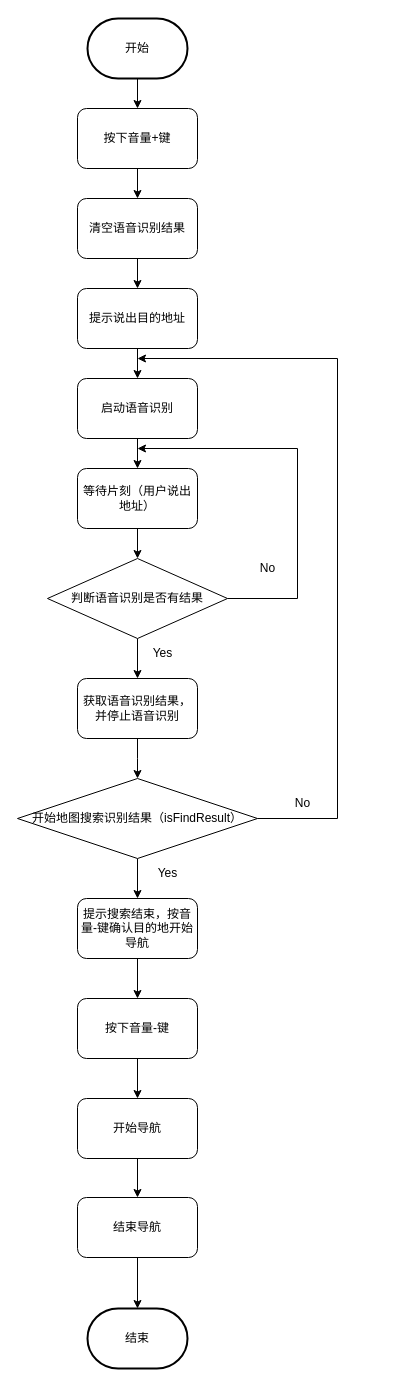
The draw.io diagram 导航逻辑.drawio in yuxibiwin/draw, before the edit. Source tidied: cells renumbered, new cells numbered last; positions are measured from the earlier drawing's top-left corner, leaving out a move shared by most shapes. Both pictures are drawn from the tidied source at 100%, with x=0, y=0 at pixel (17, 18).
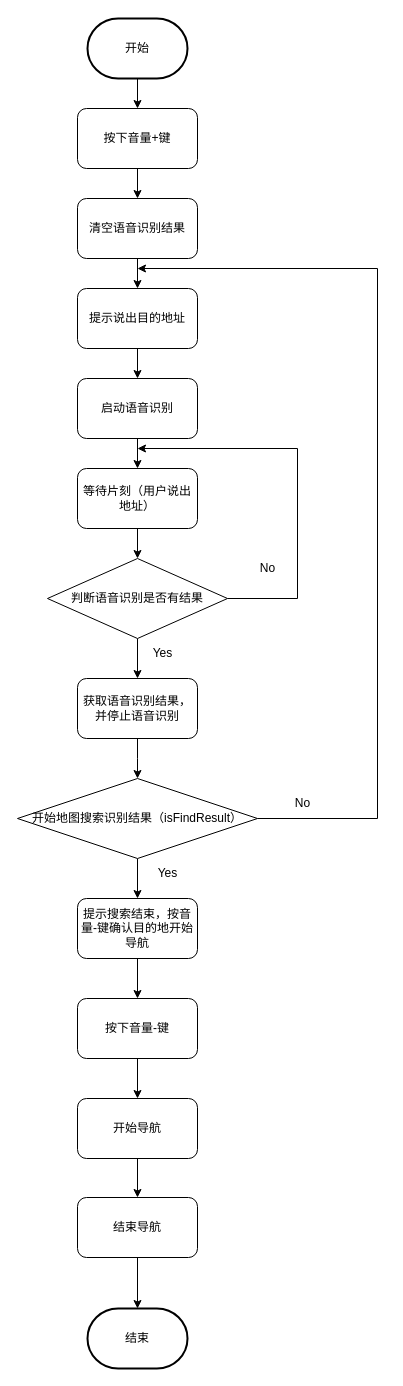
Above is the later version.

Commit message:
更新导航逻辑.drawio

The change refers to these unchanged cells:
```xml
<mxCell id="22" value="开始地图搜索识别结果（isFindResult&lt;span style=&quot;background-color: initial;&quot;&gt;）&lt;/span&gt;" style="rhombus;whiteSpace=wrap;html=1;" parent="1" vertex="1">
  <mxGeometry y="760" width="240" height="80" as="geometry" />
</mxCell>
```

Change to the diagram source:
```diff
@@
-    <mxCell id="21" style="edgeStyle=orthogonalEdgeStyle;rounded=0;jettySize=auto;html=1;exitX=1;exitY=0.5;exitDx=0;exitDy=0;" parent="1" edge="1" source="22">
-      <mxGeometry relative="1" as="geometry">
-        <mxPoint x="120" y="340" as="targetPoint" />
-        <Array as="points">
-          <mxPoint x="320" y="800" />
-          <mxPoint x="320" y="340" />
-        </Array>
-      </mxGeometry>
-    </mxCell>
+    <mxCell id="35" style="edgeStyle=orthogonalEdgeStyle;rounded=0;jettySize=auto;html=1;exitX=1;exitY=0.5;exitDx=0;exitDy=0;" parent="1" edge="1" source="22">
+      <mxGeometry relative="1" as="geometry">
+        <mxPoint x="120" y="250" as="targetPoint" />
+        <Array as="points">
+          <mxPoint x="360" y="800" />
+          <mxPoint x="360" y="250" />
+        </Array>
+      </mxGeometry>
+    </mxCell>
```
